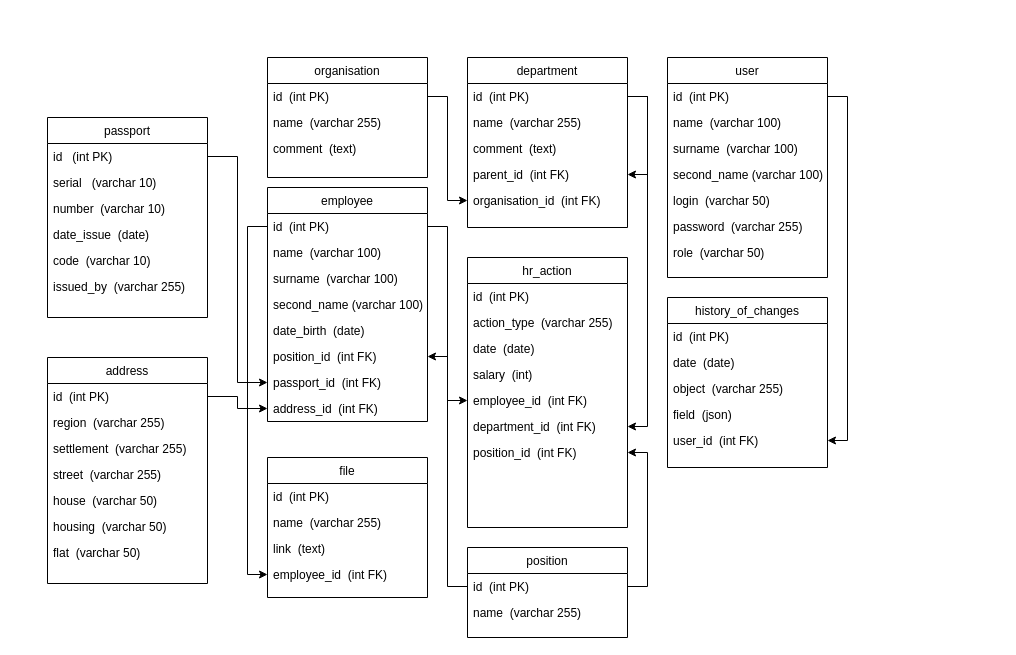
This is docs/DB_diagram.drawio from XenoPOMP/areal-hr-test-2024, a draw.io file, before an edit. Source tidied: cells renumbered, new cells numbered last; positions are measured from the earlier drawing's top-left corner, leaving out a move shared by most shapes. Both pictures are drawn from the tidied source at 100%, with x=0, y=0 at pixel (47, 57).
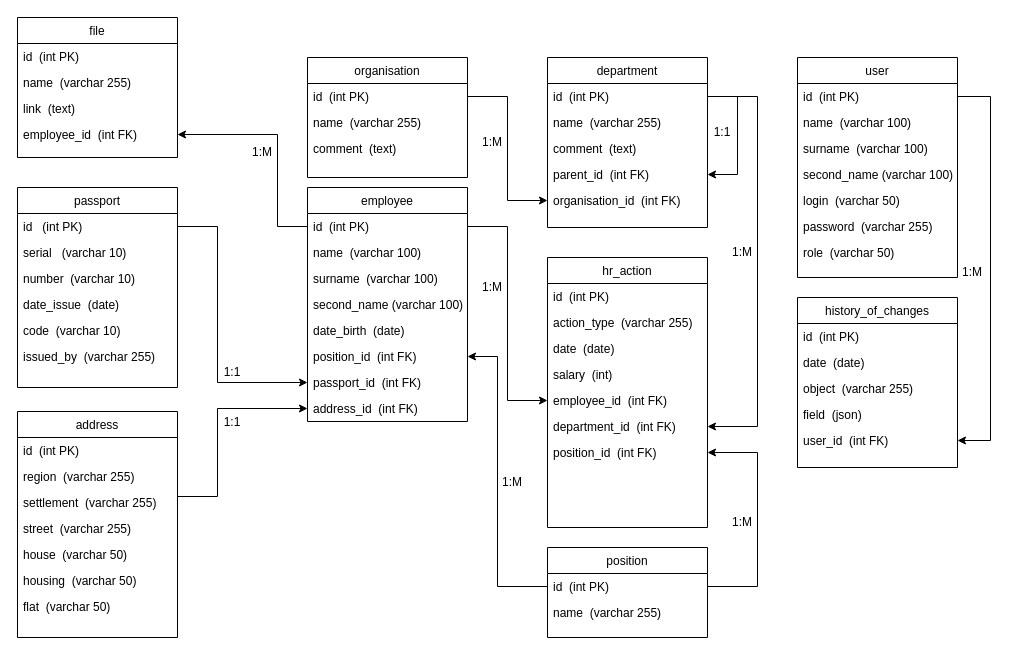
The same diagram, later.

The change refers to these unchanged cells:
```xml
<mxCell id="8" value="id  (int PK)" style="text;align=left;verticalAlign=top;spacingLeft=4;spacingRight=4;overflow=hidden;points=[[0,0.5],[1,0.5]];portConstraint=eastwest;" parent="6" vertex="1">
  <mxGeometry y="26" width="160" height="26" as="geometry" />
</mxCell>
<mxCell id="11" value="parent_id  (int FK)" style="text;align=left;verticalAlign=top;spacingLeft=4;spacingRight=4;overflow=hidden;points=[[0,0.5],[1,0.5]];portConstraint=eastwest;rounded=0;shadow=0;html=0;" parent="6" vertex="1">
  <mxGeometry y="104" width="160" height="26" as="geometry" />
</mxCell>
<mxCell id="14" value="id  (int PK)" style="text;align=left;verticalAlign=top;spacingLeft=4;spacingRight=4;overflow=hidden;points=[[0,0.5],[1,0.5]];portConstraint=eastwest;" parent="13" vertex="1">
  <mxGeometry y="26" width="160" height="26" as="geometry" />
</mxCell>
<mxCell id="17" value="id  (int PK)" style="text;align=left;verticalAlign=top;spacingLeft=4;spacingRight=4;overflow=hidden;points=[[0,0.5],[1,0.5]];portConstraint=eastwest;" parent="16" vertex="1">
  <mxGeometry y="26" width="160" height="26" as="geometry" />
</mxCell>
<mxCell id="22" value="position_id  (int FK)" style="text;align=left;verticalAlign=top;spacingLeft=4;spacingRight=4;overflow=hidden;points=[[0,0.5],[1,0.5]];portConstraint=eastwest;rounded=0;shadow=0;html=0;" parent="16" vertex="1">
  <mxGeometry y="156" width="160" height="26" as="geometry" />
</mxCell>
<mxCell id="23" value="passport_id  (int FK)" style="text;align=left;verticalAlign=top;spacingLeft=4;spacingRight=4;overflow=hidden;points=[[0,0.5],[1,0.5]];portConstraint=eastwest;rounded=0;shadow=0;html=0;" parent="16" vertex="1">
  <mxGeometry y="182" width="160" height="26" as="geometry" />
</mxCell>
<mxCell id="24" value="address_id  (int FK)" style="text;align=left;verticalAlign=top;spacingLeft=4;spacingRight=4;overflow=hidden;points=[[0,0.5],[1,0.5]];portConstraint=eastwest;rounded=0;shadow=0;html=0;" parent="16" vertex="1">
  <mxGeometry y="208" width="160" height="26" as="geometry" />
</mxCell>
<mxCell id="29" value="employee_id  (int FK)" style="text;align=left;verticalAlign=top;spacingLeft=4;spacingRight=4;overflow=hidden;points=[[0,0.5],[1,0.5]];portConstraint=eastwest;rounded=0;shadow=0;html=0;" parent="25" vertex="1">
  <mxGeometry y="104" width="160" height="26" as="geometry" />
</mxCell>
<mxCell id="31" value="id  (int PK)" style="text;align=left;verticalAlign=top;spacingLeft=4;spacingRight=4;overflow=hidden;points=[[0,0.5],[1,0.5]];portConstraint=eastwest;" parent="30" vertex="1">
  <mxGeometry y="26" width="160" height="26" as="geometry" />
</mxCell>
<mxCell id="39" value="id   (int PK)" style="text;align=left;verticalAlign=top;spacingLeft=4;spacingRight=4;overflow=hidden;points=[[0,0.5],[1,0.5]];portConstraint=eastwest;" parent="38" vertex="1">
  <mxGeometry y="26" width="160" height="26" as="geometry" />
</mxCell>
<mxCell id="46" value="id  (int PK)" style="text;align=left;verticalAlign=top;spacingLeft=4;spacingRight=4;overflow=hidden;points=[[0,0.5],[1,0.5]];portConstraint=eastwest;" parent="45" vertex="1">
  <mxGeometry y="26" width="160" height="26" as="geometry" />
</mxCell>
<mxCell id="58" value="user_id  (int FK)" style="text;align=left;verticalAlign=top;spacingLeft=4;spacingRight=4;overflow=hidden;points=[[0,0.5],[1,0.5]];portConstraint=eastwest;rounded=0;shadow=0;html=0;" parent="53" vertex="1">
  <mxGeometry y="130" width="160" height="26" as="geometry" />
</mxCell>
<mxCell id="64" value="employee_id  (int FK)" style="text;align=left;verticalAlign=top;spacingLeft=4;spacingRight=4;overflow=hidden;points=[[0,0.5],[1,0.5]];portConstraint=eastwest;rounded=0;shadow=0;html=0;" parent="59" vertex="1">
  <mxGeometry y="130" width="160" height="26" as="geometry" />
</mxCell>
<mxCell id="65" value="department_id  (int FK)" style="text;align=left;verticalAlign=top;spacingLeft=4;spacingRight=4;overflow=hidden;points=[[0,0.5],[1,0.5]];portConstraint=eastwest;rounded=0;shadow=0;html=0;" parent="59" vertex="1">
  <mxGeometry y="156" width="160" height="26" as="geometry" />
</mxCell>
<mxCell id="66" value="position_id  (int FK)" style="text;align=left;verticalAlign=top;spacingLeft=4;spacingRight=4;overflow=hidden;points=[[0,0.5],[1,0.5]];portConstraint=eastwest;rounded=0;shadow=0;html=0;" parent="59" vertex="1">
  <mxGeometry y="182" width="160" height="26" as="geometry" />
</mxCell>
```

Diff of the diagram source:
```diff
@@
     <mxCell id="2" value="organisation" style="swimlane;fontStyle=0;align=center;verticalAlign=top;horizontal=1;startSize=26;rounded=0;shadow=0;strokeWidth=1;" parent="1" vertex="1">
-      <mxGeometry x="220" width="160" height="120" as="geometry" />
+      <mxGeometry x="260" width="160" height="120" as="geometry" />
     </mxCell>
@@
     <mxCell id="6" value="department" style="swimlane;fontStyle=0;align=center;verticalAlign=top;horizontal=1;startSize=26;rounded=0;shadow=0;strokeWidth=1;" parent="1" vertex="1">
-      <mxGeometry x="420" width="160" height="170" as="geometry" />
+      <mxGeometry x="500" width="160" height="170" as="geometry" />
     </mxCell>
     <mxCell id="7" style="edgeStyle=orthogonalEdgeStyle;rounded=0;jettySize=auto;html=1;exitX=1;exitY=0.5;exitDx=0;exitDy=0;" parent="6" edge="1" source="8" target="11">
-      <mxGeometry relative="1" as="geometry" />
+      <mxGeometry relative="1" as="geometry">
+        <Array as="points">
+          <mxPoint x="190" y="39" />
+          <mxPoint x="190" y="117" />
+        </Array>
+      </mxGeometry>
     </mxCell>
@@
     <mxCell id="13" value="position" style="swimlane;fontStyle=0;align=center;verticalAlign=top;horizontal=1;startSize=26;rounded=0;shadow=0;strokeWidth=1;" parent="1" vertex="1">
-      <mxGeometry x="420" y="490" width="160" height="90" as="geometry" />
+      <mxGeometry x="500" y="490" width="160" height="90" as="geometry" />
     </mxCell>
@@
     <mxCell id="16" value="employee" style="swimlane;fontStyle=0;align=center;verticalAlign=top;horizontal=1;startSize=26;rounded=0;shadow=0;strokeWidth=1;" parent="1" vertex="1">
-      <mxGeometry x="220" y="130" width="160" height="234" as="geometry" />
+      <mxGeometry x="260" y="130" width="160" height="234" as="geometry" />
     </mxCell>
@@
     <mxCell id="25" value="file" style="swimlane;fontStyle=0;align=center;verticalAlign=top;horizontal=1;startSize=26;rounded=0;shadow=0;strokeWidth=1;" parent="1" vertex="1">
-      <mxGeometry x="220" y="400" width="160" height="140" as="geometry" />
+      <mxGeometry x="-30" y="-40" width="160" height="140" as="geometry" />
     </mxCell>
@@
     <mxCell id="30" value="user" style="swimlane;fontStyle=0;align=center;verticalAlign=top;horizontal=1;startSize=26;rounded=0;shadow=0;strokeWidth=1;" parent="1" vertex="1">
-      <mxGeometry x="620" width="160" height="220" as="geometry" />
+      <mxGeometry x="750" width="160" height="220" as="geometry" />
     </mxCell>
@@
     <mxCell id="38" value="passport" style="swimlane;fontStyle=0;align=center;verticalAlign=top;horizontal=1;startSize=26;rounded=0;shadow=0;strokeWidth=1;" parent="1" vertex="1">
-      <mxGeometry y="60" width="160" height="200" as="geometry" />
+      <mxGeometry x="-30" y="130" width="160" height="200" as="geometry" />
     </mxCell>
@@
     <mxCell id="45" value="address" style="swimlane;fontStyle=0;align=center;verticalAlign=top;horizontal=1;startSize=26;rounded=0;shadow=0;strokeWidth=1;" parent="1" vertex="1">
-      <mxGeometry y="300" width="160" height="226" as="geometry" />
+      <mxGeometry x="-30" y="354" width="160" height="226" as="geometry" />
     </mxCell>
@@
     <mxCell id="53" value="history_of_changes" style="swimlane;fontStyle=0;align=center;verticalAlign=top;horizontal=1;startSize=26;rounded=0;shadow=0;strokeWidth=1;" parent="1" vertex="1">
-      <mxGeometry x="620" y="240" width="160" height="170" as="geometry" />
+      <mxGeometry x="750" y="240" width="160" height="170" as="geometry" />
     </mxCell>
@@
     <mxCell id="59" value="hr_action" style="swimlane;fontStyle=0;align=center;verticalAlign=top;horizontal=1;startSize=26;rounded=0;shadow=0;strokeWidth=1;" parent="1" vertex="1">
-      <mxGeometry x="420" y="200" width="160" height="270" as="geometry" />
+      <mxGeometry x="500" y="200" width="160" height="270" as="geometry" />
     </mxCell>
@@
     <mxCell id="67" style="edgeStyle=orthogonalEdgeStyle;rounded=0;jettySize=auto;html=1;exitX=1;exitY=0.5;exitDx=0;exitDy=0;entryX=0;entryY=0.5;entryDx=0;entryDy=0;" parent="1" edge="1" source="17" target="64">
-      <mxGeometry relative="1" as="geometry" />
+      <mxGeometry relative="1" as="geometry">
+        <Array as="points">
+          <mxPoint x="460" y="169" />
+          <mxPoint x="460" y="343" />
+        </Array>
+      </mxGeometry>
     </mxCell>
     <mxCell id="68" style="edgeStyle=orthogonalEdgeStyle;rounded=0;jettySize=auto;html=1;exitX=0;exitY=0.5;exitDx=0;exitDy=0;entryX=1;entryY=0.5;entryDx=0;entryDy=0;" parent="1" edge="1" source="14" target="22">
-      <mxGeometry relative="1" as="geometry" />
+      <mxGeometry relative="1" as="geometry">
+        <Array as="points">
+          <mxPoint x="450" y="529" />
+          <mxPoint x="450" y="299" />
+        </Array>
+      </mxGeometry>
     </mxCell>
     <mxCell id="69" style="edgeStyle=orthogonalEdgeStyle;rounded=0;jettySize=auto;html=1;exitX=1;exitY=0.5;exitDx=0;exitDy=0;entryX=1;entryY=0.5;entryDx=0;entryDy=0;" parent="1" edge="1" source="8" target="65">
-      <mxGeometry relative="1" as="geometry" />
+      <mxGeometry relative="1" as="geometry">
+        <Array as="points">
+          <mxPoint x="710" y="39" />
+          <mxPoint x="710" y="369" />
+        </Array>
+      </mxGeometry>
     </mxCell>
@@
     <mxCell id="71" style="edgeStyle=orthogonalEdgeStyle;rounded=0;jettySize=auto;html=1;exitX=1;exitY=0.5;exitDx=0;exitDy=0;entryX=1;entryY=0.5;entryDx=0;entryDy=0;" parent="1" edge="1" source="31" target="58">
-      <mxGeometry relative="1" as="geometry" />
+      <mxGeometry relative="1" as="geometry">
+        <Array as="points">
+          <mxPoint x="943" y="39" />
+          <mxPoint x="943" y="383" />
+        </Array>
+      </mxGeometry>
     </mxCell>
     <mxCell id="72" style="edgeStyle=orthogonalEdgeStyle;rounded=0;jettySize=auto;html=1;exitX=1;exitY=0.5;exitDx=0;exitDy=0;entryX=1;entryY=0.5;entryDx=0;entryDy=0;" parent="1" edge="1" source="14" target="66">
       <mxGeometry relative="1" as="geometry">
         <Array as="points">
-          <mxPoint x="600" y="529" />
-          <mxPoint x="600" y="395" />
+          <mxPoint x="710" y="529" />
+          <mxPoint x="710" y="395" />
         </Array>
       </mxGeometry>
     </mxCell>
-    <mxCell id="73" style="edgeStyle=orthogonalEdgeStyle;rounded=0;jettySize=auto;html=1;exitX=0;exitY=0.5;exitDx=0;exitDy=0;entryX=0;entryY=0.5;entryDx=0;entryDy=0;" parent="1" edge="1" source="17" target="29">
-      <mxGeometry relative="1" as="geometry" />
-    </mxCell>
     <mxCell id="74" style="edgeStyle=orthogonalEdgeStyle;rounded=0;jettySize=auto;html=1;exitX=1;exitY=0.5;exitDx=0;exitDy=0;entryX=0;entryY=0.5;entryDx=0;entryDy=0;" parent="1" edge="1" source="39" target="23">
-      <mxGeometry relative="1" as="geometry" />
+      <mxGeometry relative="1" as="geometry">
+        <Array as="points">
+          <mxPoint x="170" y="169" />
+          <mxPoint x="170" y="325" />
+        </Array>
+      </mxGeometry>
     </mxCell>
     <mxCell id="75" style="edgeStyle=orthogonalEdgeStyle;rounded=0;jettySize=auto;html=1;exitX=1;exitY=0.5;exitDx=0;exitDy=0;entryX=0;entryY=0.5;entryDx=0;entryDy=0;" parent="1" edge="1" source="46" target="24">
-      <mxGeometry relative="1" as="geometry" />
+      <mxGeometry relative="1" as="geometry">
+        <Array as="points">
+          <mxPoint x="170" y="439" />
+          <mxPoint x="170" y="351" />
+        </Array>
+      </mxGeometry>
     </mxCell>
+    <mxCell id="73" style="edgeStyle=orthogonalEdgeStyle;rounded=0;jettySize=auto;html=1;exitX=0;exitY=0.5;exitDx=0;exitDy=0;" parent="1" edge="1" source="17" target="29">
+      <mxGeometry relative="1" as="geometry">
+        <Array as="points">
+          <mxPoint x="230" y="169" />
+          <mxPoint x="230" y="77" />
+        </Array>
+      </mxGeometry>
+    </mxCell>
+    <mxCell id="76" value="1:M" style="text;html=1;align=center;verticalAlign=middle;whiteSpace=wrap;rounded=0;" parent="1" vertex="1">
+      <mxGeometry x="200" y="80" width="30" height="30" as="geometry" />
+    </mxCell>
+    <mxCell id="77" value="1:1" style="text;html=1;align=center;verticalAlign=middle;whiteSpace=wrap;rounded=0;" parent="1" vertex="1">
+      <mxGeometry x="170" y="300" width="30" height="30" as="geometry" />
+    </mxCell>
+    <mxCell id="78" value="1:1" style="text;html=1;align=center;verticalAlign=middle;whiteSpace=wrap;rounded=0;" parent="1" vertex="1">
+      <mxGeometry x="170" y="350" width="30" height="30" as="geometry" />
+    </mxCell>
+    <mxCell id="79" value="1:M" style="text;html=1;align=center;verticalAlign=middle;whiteSpace=wrap;rounded=0;" parent="1" vertex="1">
+      <mxGeometry x="430" y="70" width="30" height="30" as="geometry" />
+    </mxCell>
+    <mxCell id="80" value="1:M" style="text;html=1;align=center;verticalAlign=middle;whiteSpace=wrap;rounded=0;" parent="1" vertex="1">
+      <mxGeometry x="430" y="215" width="30" height="30" as="geometry" />
+    </mxCell>
+    <mxCell id="81" value="1:M" style="text;html=1;align=center;verticalAlign=middle;whiteSpace=wrap;rounded=0;" parent="1" vertex="1">
+      <mxGeometry x="450" y="410" width="30" height="30" as="geometry" />
+    </mxCell>
+    <mxCell id="82" value="1:M" style="text;html=1;align=center;verticalAlign=middle;whiteSpace=wrap;rounded=0;" parent="1" vertex="1">
+      <mxGeometry x="680" y="450" width="30" height="30" as="geometry" />
+    </mxCell>
+    <mxCell id="83" value="1:1" style="text;html=1;align=center;verticalAlign=middle;whiteSpace=wrap;rounded=0;" parent="1" vertex="1">
+      <mxGeometry x="660" y="60" width="30" height="30" as="geometry" />
+    </mxCell>
+    <mxCell id="84" value="1:M" style="text;html=1;align=center;verticalAlign=middle;whiteSpace=wrap;rounded=0;" parent="1" vertex="1">
+      <mxGeometry x="680" y="180" width="30" height="30" as="geometry" />
+    </mxCell>
+    <mxCell id="85" value="1:M" style="text;html=1;align=center;verticalAlign=middle;whiteSpace=wrap;rounded=0;" parent="1" vertex="1">
+      <mxGeometry x="910" y="200" width="30" height="30" as="geometry" />
+    </mxCell>
```
